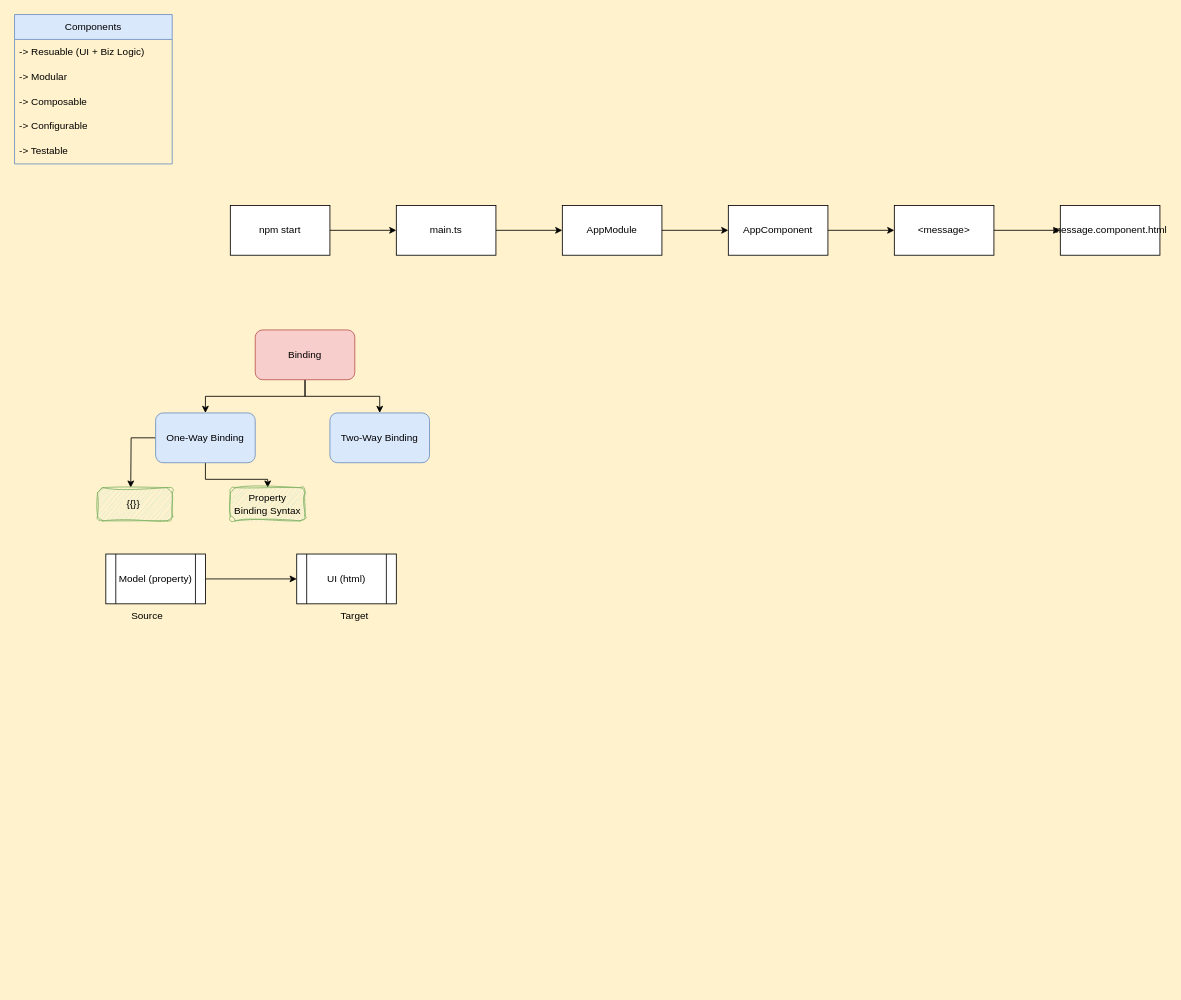
Earlier version of the draw.io diagram SupportingDocs/SRP_ANG.drawio (SumeetWajpe/SRP_ANG_March_24). Source tidied: cells renumbered, new cells numbered last; positions are measured from the earlier drawing's top-left corner, leaving out a move shared by most shapes. Both pictures are drawn from the tidied source at 83%, with x=0, y=0 at pixel (14, 14).
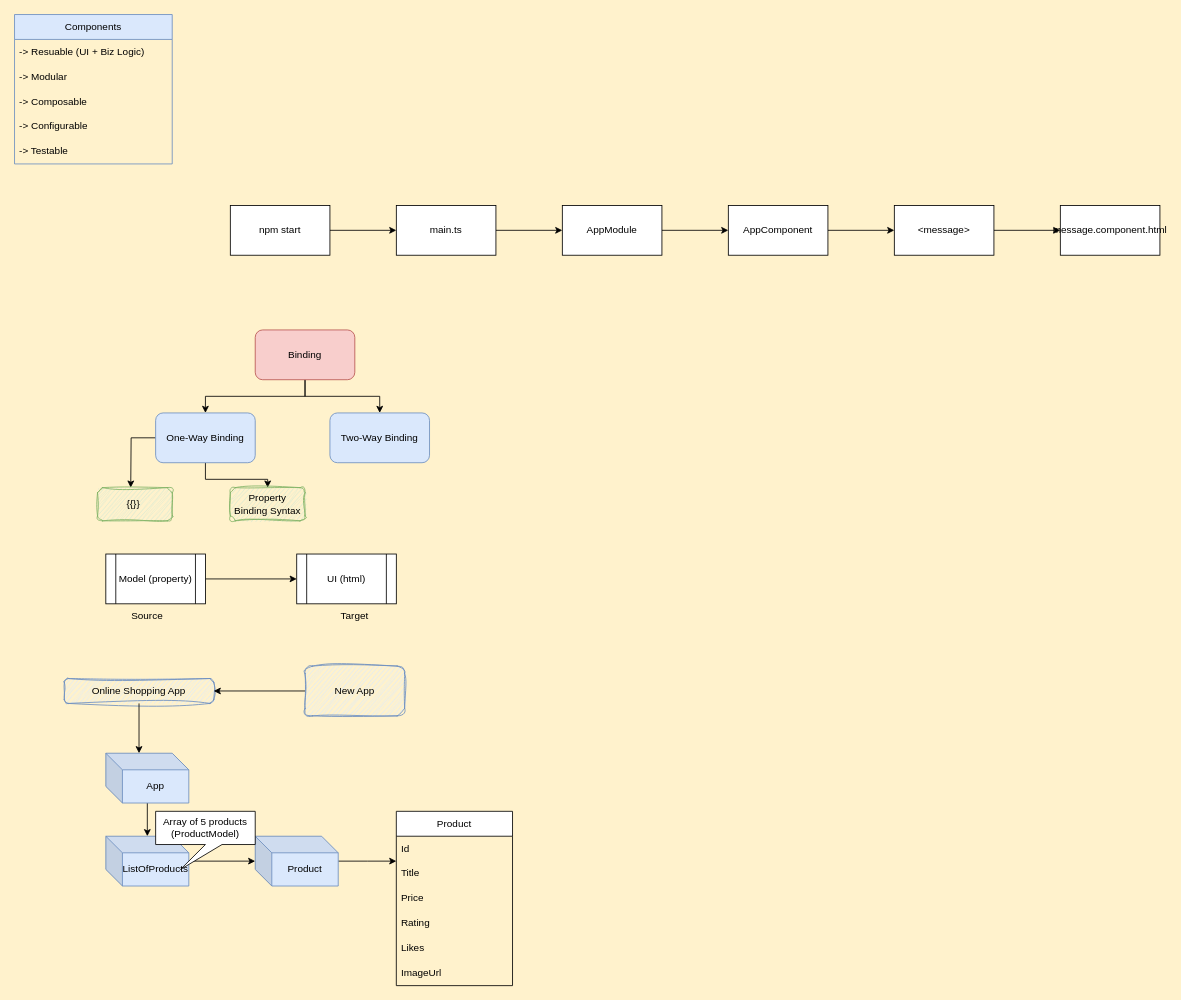
The same page after the edit.

What changed in the source:
```diff
@@
+    <mxCell id="33" value="Online Shopping App" style="rounded=1;whiteSpace=wrap;html=1;fillColor=#dae8fc;strokeColor=#6c8ebf;sketch=1;curveFitting=1;jiggle=2;" parent="1" vertex="1">
+      <mxGeometry x="60" y="800" width="180" height="30" as="geometry" />
+    </mxCell>
+    <mxCell id="34" style="edgeStyle=orthogonalEdgeStyle;rounded=0;jettySize=auto;html=1;" parent="1" edge="1" source="35" target="38">
+      <mxGeometry relative="1" as="geometry" />
+    </mxCell>
+    <mxCell id="35" value="App" style="shape=cube;whiteSpace=wrap;html=1;boundedLbl=1;backgroundOutline=1;darkOpacity=0.05;darkOpacity2=0.1;fillColor=#dae8fc;strokeColor=#6c8ebf;" parent="1" vertex="1">
+      <mxGeometry x="110" y="890" width="100" height="60" as="geometry" />
+    </mxCell>
+    <mxCell id="36" style="edgeStyle=orthogonalEdgeStyle;rounded=0;jettySize=auto;html=1;entryX=0;entryY=0;entryDx=40;entryDy=0;entryPerimeter=0;" parent="1" edge="1" source="33" target="35">
+      <mxGeometry relative="1" as="geometry" />
+    </mxCell>
+    <mxCell id="37" style="edgeStyle=orthogonalEdgeStyle;rounded=0;jettySize=auto;html=1;" parent="1" edge="1" source="38" target="40">
+      <mxGeometry relative="1" as="geometry" />
+    </mxCell>
+    <mxCell id="38" value="ListOfProducts" style="shape=cube;whiteSpace=wrap;html=1;boundedLbl=1;backgroundOutline=1;darkOpacity=0.05;darkOpacity2=0.1;fillColor=#dae8fc;strokeColor=#6c8ebf;" parent="1" vertex="1">
+      <mxGeometry x="110" y="990" width="100" height="60" as="geometry" />
+    </mxCell>
+    <mxCell id="39" style="edgeStyle=orthogonalEdgeStyle;rounded=0;jettySize=auto;html=1;" parent="1" edge="1" source="40">
+      <mxGeometry relative="1" as="geometry">
+        <mxPoint x="460" y="1020" as="targetPoint" />
+      </mxGeometry>
+    </mxCell>
+    <mxCell id="40" value="Product" style="shape=cube;whiteSpace=wrap;html=1;boundedLbl=1;backgroundOutline=1;darkOpacity=0.05;darkOpacity2=0.1;fillColor=#dae8fc;strokeColor=#6c8ebf;" parent="1" vertex="1">
+      <mxGeometry x="290" y="990" width="100" height="60" as="geometry" />
+    </mxCell>
+    <mxCell id="41" value="Array of 5 products (ProductModel)" style="shape=callout;whiteSpace=wrap;html=1;perimeter=calloutPerimeter;position2=0.25;" parent="1" vertex="1">
+      <mxGeometry x="170" y="960" width="120" height="70" as="geometry" />
+    </mxCell>
+    <mxCell id="42" value="Product" style="swimlane;fontStyle=0;horizontal=1;startSize=30;whiteSpace=wrap;html=1;" parent="1" vertex="1">
+      <mxGeometry x="460" y="960" width="140" height="210" as="geometry" />
+    </mxCell>
+    <mxCell id="43" value="Id" style="text;strokeColor=none;fillColor=none;align=left;verticalAlign=middle;spacingLeft=4;spacingRight=4;overflow=hidden;whiteSpace=wrap;html=1;" parent="42" vertex="1">
+      <mxGeometry y="30" width="140" height="30" as="geometry" />
+    </mxCell>
+    <mxCell id="44" value="Title" style="text;strokeColor=none;fillColor=none;align=left;verticalAlign=middle;spacingLeft=4;spacingRight=4;overflow=hidden;whiteSpace=wrap;html=1;" parent="42" vertex="1">
+      <mxGeometry y="60" width="140" height="30" as="geometry" />
+    </mxCell>
+    <mxCell id="45" value="Price" style="text;strokeColor=none;fillColor=none;align=left;verticalAlign=middle;spacingLeft=4;spacingRight=4;overflow=hidden;whiteSpace=wrap;html=1;" parent="42" vertex="1">
+      <mxGeometry y="90" width="140" height="30" as="geometry" />
+    </mxCell>
+    <mxCell id="46" value="Rating" style="text;strokeColor=none;fillColor=none;align=left;verticalAlign=middle;spacingLeft=4;spacingRight=4;overflow=hidden;whiteSpace=wrap;html=1;" parent="42" vertex="1">
+      <mxGeometry y="120" width="140" height="30" as="geometry" />
+    </mxCell>
+    <mxCell id="47" value="Likes" style="text;strokeColor=none;fillColor=none;align=left;verticalAlign=middle;spacingLeft=4;spacingRight=4;overflow=hidden;whiteSpace=wrap;html=1;" parent="42" vertex="1">
+      <mxGeometry y="150" width="140" height="30" as="geometry" />
+    </mxCell>
+    <mxCell id="48" value="ImageUrl" style="text;strokeColor=none;fillColor=none;align=left;verticalAlign=middle;spacingLeft=4;spacingRight=4;overflow=hidden;whiteSpace=wrap;html=1;" parent="42" vertex="1">
+      <mxGeometry y="180" width="140" height="30" as="geometry" />
+    </mxCell>
+    <mxCell id="49" style="edgeStyle=orthogonalEdgeStyle;rounded=0;jettySize=auto;html=1;entryX=1;entryY=0.5;entryDx=0;entryDy=0;" parent="1" edge="1" source="50" target="33">
+      <mxGeometry relative="1" as="geometry" />
+    </mxCell>
+    <mxCell id="50" value="New App" style="whiteSpace=wrap;html=1;fillColor=#dae8fc;strokeColor=#6c8ebf;rounded=1;sketch=1;curveFitting=1;jiggle=2;" parent="1" vertex="1">
+      <mxGeometry x="350" y="785" width="120" height="60" as="geometry" />
+    </mxCell>
```
